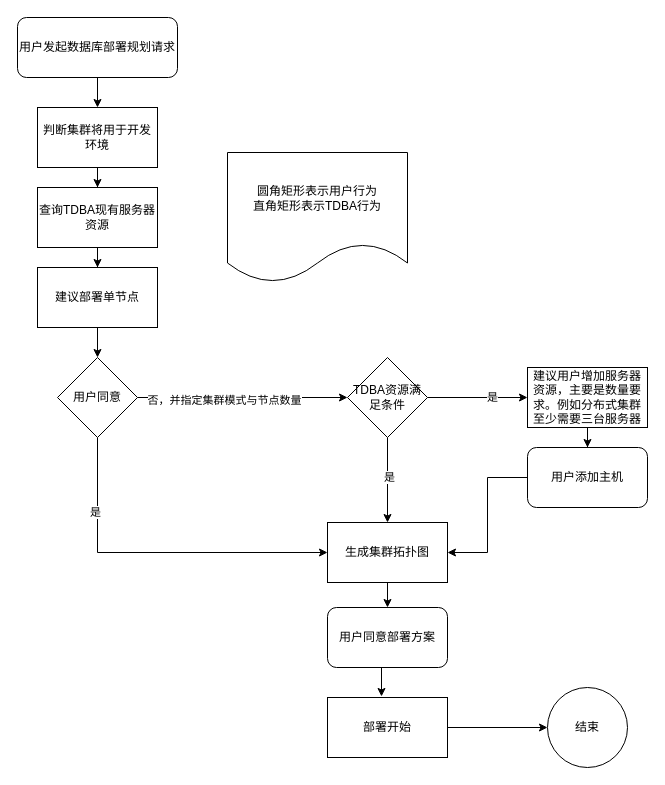
Above: tdba-deploy-flowchart-开发.drawio in tryantdb/repo_for_drawio (draw.io), before the change. Source tidied: cells renumbered, new cells numbered last; positions are measured from the earlier drawing's top-left corner, leaving out a move shared by most shapes. Both pictures are drawn from the tidied source at 100%, with x=0, y=0 at pixel (17, 17).
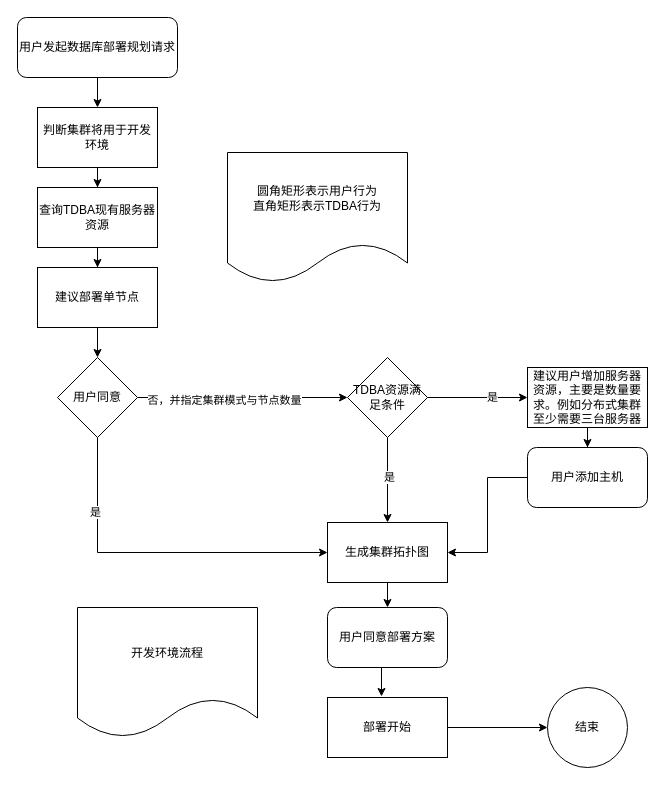
Above is the later version.

The edit, as a diff of the source:
```diff
@@
+    <mxCell id="32" value="&lt;span style=&quot;text-wrap: nowrap;&quot;&gt;开发环境流程&lt;/span&gt;" style="shape=document;whiteSpace=wrap;html=1;boundedLbl=1;" parent="1" vertex="1">
+      <mxGeometry x="60" y="590" width="180" height="130" as="geometry" />
+    </mxCell>
```
